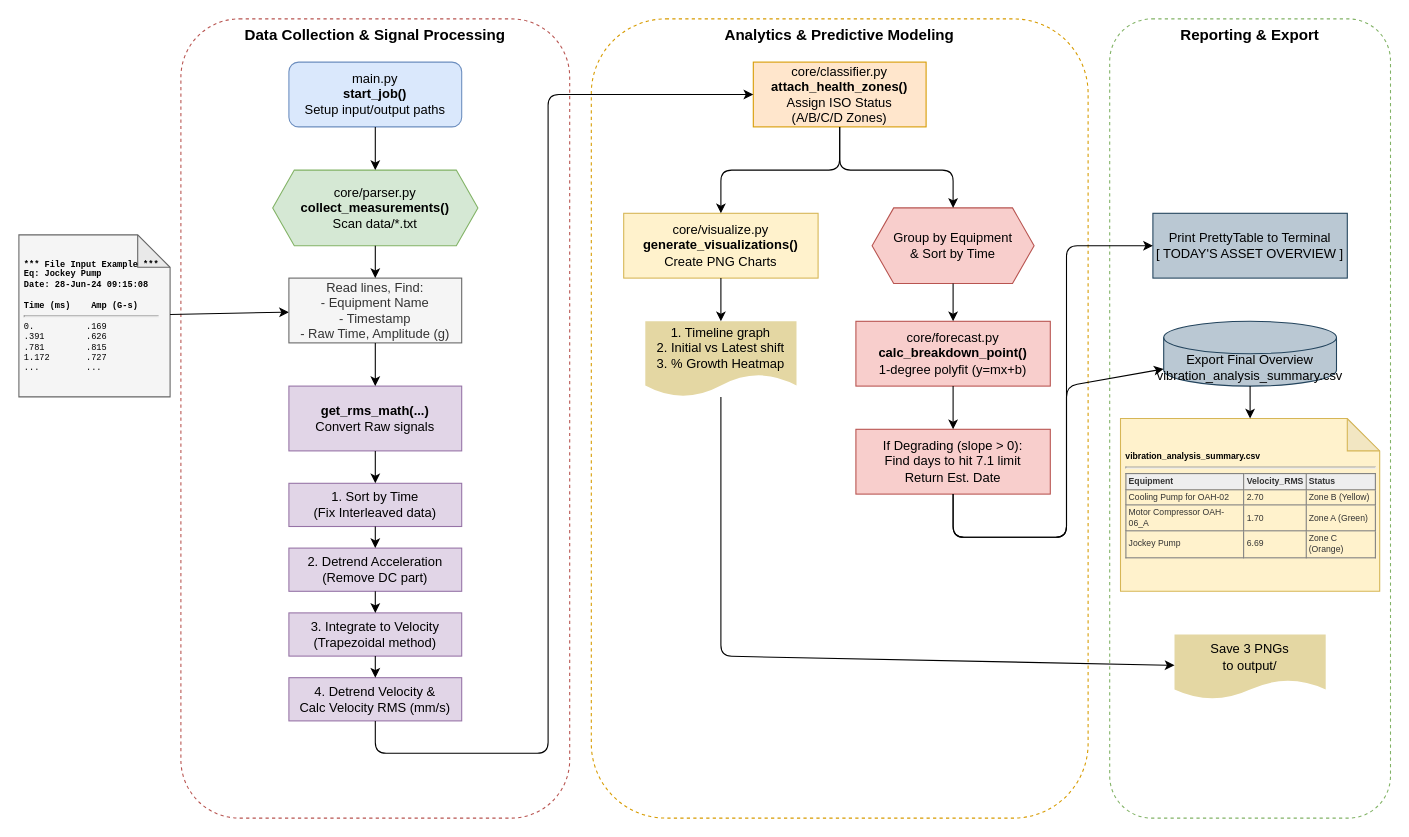
The draw.io diagram app_flow.drawio in Zinevabe/machine-health-monitor, before the edit. Source tidied: cells renumbered, new cells numbered last; positions are measured from the earlier drawing's top-left corner, leaving out a move shared by most shapes. Both pictures are drawn from the tidied source at 108%, with x=0, y=0 at pixel (18, 18).
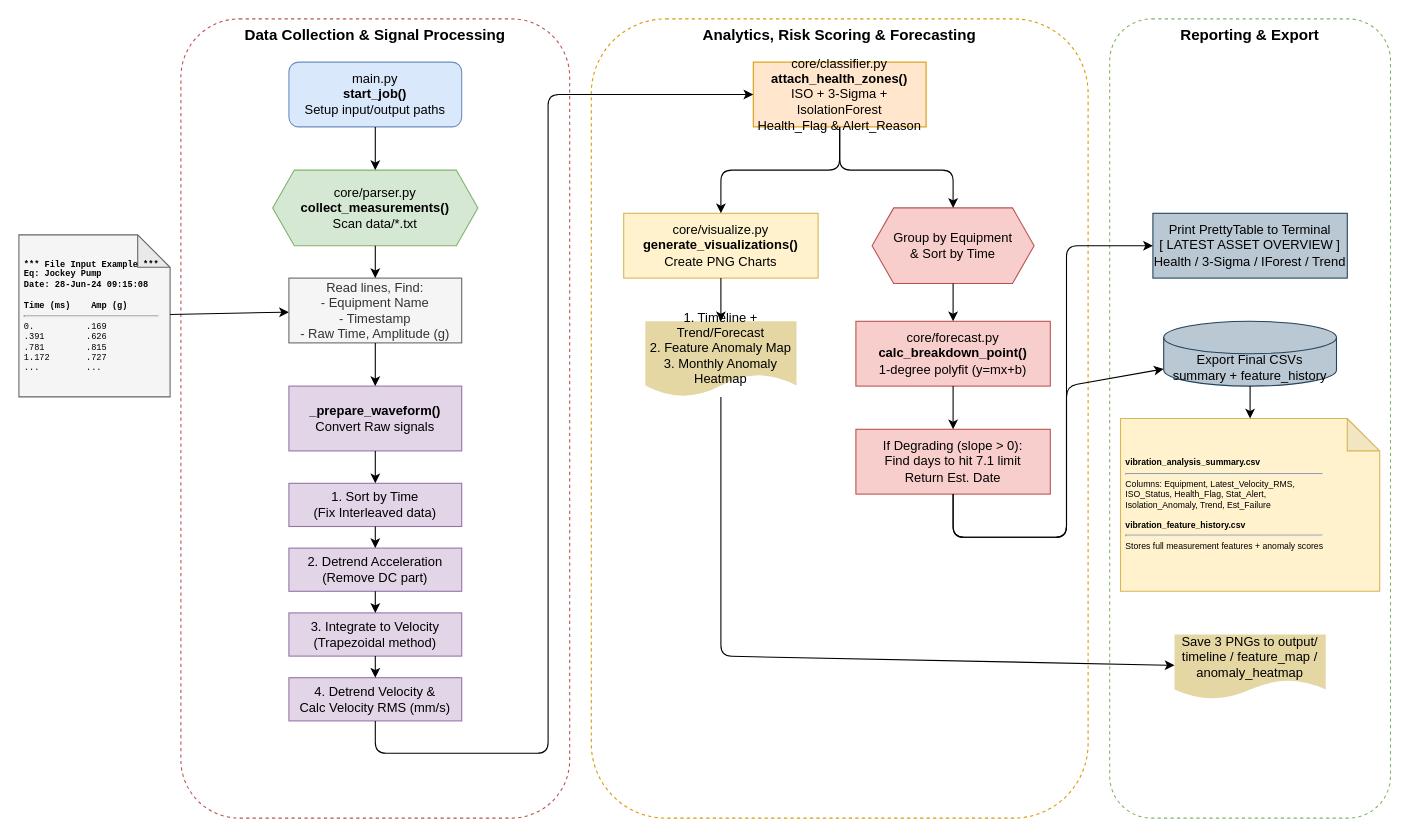
Above is the later version.

What changed in the source:
```diff
@@
-    <mxCell id="3" value="Analytics &amp; Predictive Modeling" style="rounded=1;whiteSpace=wrap;html=1;fillColor=none;strokeColor=#d79b00;verticalAlign=top;dashed=1;fontStyle=1;fontSize=14;" parent="1" vertex="1">
+    <mxCell id="3" value="Analytics, Risk Scoring &amp; Forecasting" style="rounded=1;whiteSpace=wrap;html=1;fillColor=none;strokeColor=#d79b00;verticalAlign=top;dashed=1;fontStyle=1;fontSize=14;" parent="1" vertex="1">
       <mxGeometry x="530" width="460" height="740" as="geometry" />
     </mxCell>
@@
-    <mxCell id="6" value="&lt;b&gt;*** File Input Example ***&lt;br&gt;Eq:&amp;nbsp;Jockey Pump&lt;br&gt;Date:&amp;nbsp;28-Jun-24 09:15:08&lt;br&gt;&lt;br&gt;Time (ms)&amp;nbsp;&amp;nbsp;&amp;nbsp;&amp;nbsp;Amp (G-s)&lt;/b&gt;&lt;hr&gt;0.&amp;nbsp;&amp;nbsp;&amp;nbsp;&amp;nbsp;&amp;nbsp;&amp;nbsp;&amp;nbsp;&amp;nbsp;&amp;nbsp;&amp;nbsp;.169&lt;br&gt;.391&amp;nbsp;&amp;nbsp;&amp;nbsp;&amp;nbsp;&amp;nbsp;&amp;nbsp;&amp;nbsp;&amp;nbsp;.626&lt;br&gt;.781&amp;nbsp;&amp;nbsp;&amp;nbsp;&amp;nbsp;&amp;nbsp;&amp;nbsp;&amp;nbsp;&amp;nbsp;.815&lt;br&gt;1.172&amp;nbsp;&amp;nbsp;&amp;nbsp;&amp;nbsp;&amp;nbsp;&amp;nbsp;&amp;nbsp;.727&lt;br&gt;...&amp;nbsp;&amp;nbsp;&amp;nbsp;&amp;nbsp;&amp;nbsp;&amp;nbsp;&amp;nbsp;&amp;nbsp;&amp;nbsp;..." style="shape=note;whiteSpace=wrap;html=1;backgroundOutline=1;darkOpacity=0.05;fillColor=#f5f5f5;strokeColor=#666666;align=left;spacing=5;fontSize=8;fontFamily=Courier New;" parent="1" vertex="1">
+    <mxCell id="6" value="&lt;b&gt;*** File Input Example ***&lt;br&gt;Eq:&amp;nbsp;Jockey Pump&lt;br&gt;Date:&amp;nbsp;28-Jun-24 09:15:08&lt;br&gt;&lt;br&gt;Time (ms)&amp;nbsp;&amp;nbsp;&amp;nbsp;&amp;nbsp;Amp (g)&lt;/b&gt;&lt;hr&gt;0.&amp;nbsp;&amp;nbsp;&amp;nbsp;&amp;nbsp;&amp;nbsp;&amp;nbsp;&amp;nbsp;&amp;nbsp;&amp;nbsp;&amp;nbsp;.169&lt;br&gt;.391&amp;nbsp;&amp;nbsp;&amp;nbsp;&amp;nbsp;&amp;nbsp;&amp;nbsp;&amp;nbsp;&amp;nbsp;.626&lt;br&gt;.781&amp;nbsp;&amp;nbsp;&amp;nbsp;&amp;nbsp;&amp;nbsp;&amp;nbsp;&amp;nbsp;&amp;nbsp;.815&lt;br&gt;1.172&amp;nbsp;&amp;nbsp;&amp;nbsp;&amp;nbsp;&amp;nbsp;&amp;nbsp;&amp;nbsp;.727&lt;br&gt;...&amp;nbsp;&amp;nbsp;&amp;nbsp;&amp;nbsp;&amp;nbsp;&amp;nbsp;&amp;nbsp;&amp;nbsp;&amp;nbsp;..." style="shape=note;whiteSpace=wrap;html=1;backgroundOutline=1;darkOpacity=0.05;fillColor=#f5f5f5;strokeColor=#666666;align=left;spacing=5;fontSize=8;fontFamily=Courier New;" parent="1" vertex="1">
       <mxGeometry y="200" width="140" height="150" as="geometry" />
     </mxCell>
@@
-    <mxCell id="10" value="&lt;b&gt;get_rms_math(...)&lt;/b&gt;&lt;br&gt;Convert Raw signals" style="rounded=0;whiteSpace=wrap;html=1;fillColor=#e1d5e7;strokeColor=#9673a6;" parent="1" vertex="1">
+    <mxCell id="10" value="&lt;b&gt;_prepare_waveform()&lt;/b&gt;&lt;br&gt;Convert Raw signals" style="rounded=0;whiteSpace=wrap;html=1;fillColor=#e1d5e7;strokeColor=#9673a6;" parent="1" vertex="1">
       <mxGeometry x="250" y="340" width="160" height="60" as="geometry" />
     </mxCell>
@@
-    <mxCell id="15" value="core/classifier.py&lt;br&gt;&lt;b&gt;attach_health_zones()&lt;/b&gt;&lt;br&gt;Assign ISO Status&lt;br&gt;(A/B/C/D Zones)" style="rounded=0;whiteSpace=wrap;html=1;fillColor=#ffe6cc;strokeColor=#d79b00;" parent="1" vertex="1">
+    <mxCell id="15" value="core/classifier.py&lt;br&gt;&lt;b&gt;attach_health_zones()&lt;/b&gt;&lt;br&gt;ISO + 3-Sigma + IsolationForest&lt;br&gt;Health_Flag &amp;amp; Alert_Reason" style="rounded=0;whiteSpace=wrap;html=1;fillColor=#ffe6cc;strokeColor=#d79b00;" parent="1" vertex="1">
       <mxGeometry x="680" y="40" width="160" height="60" as="geometry" />
     </mxCell>
@@
-    <mxCell id="17" value="1. Timeline graph&lt;br&gt;2. Initial vs Latest shift&lt;br&gt;3. % Growth Heatmap" style="shape=document;whiteSpace=wrap;html=1;boundedLbl=1;fillColor=#e4d7a3;strokeColor=#None;" parent="1" vertex="1">
+    <mxCell id="17" value="1. Timeline + Trend/Forecast&lt;br&gt;2. Feature Anomaly Map&lt;br&gt;3. Monthly Anomaly Heatmap" style="shape=document;whiteSpace=wrap;html=1;boundedLbl=1;fillColor=#e4d7a3;strokeColor=#None;" parent="1" vertex="1">
       <mxGeometry x="580" y="280" width="140" height="70" as="geometry" />
     </mxCell>
@@
-    <mxCell id="21" value="Print PrettyTable to Terminal&lt;br&gt;[ TODAY'S ASSET OVERVIEW ]" style="rounded=0;whiteSpace=wrap;html=1;fillColor=#bac8d3;strokeColor=#23445d;" parent="1" vertex="1">
+    <mxCell id="21" value="Print PrettyTable to Terminal&lt;br&gt;[ LATEST ASSET OVERVIEW ]&lt;br&gt;Health / 3-Sigma / IForest / Trend" style="rounded=0;whiteSpace=wrap;html=1;fillColor=#bac8d3;strokeColor=#23445d;" parent="1" vertex="1">
       <mxGeometry x="1050" y="180" width="180" height="60" as="geometry" />
     </mxCell>
-    <mxCell id="22" value="Export Final Overview&lt;br&gt;vibration_analysis_summary.csv" style="shape=cylinder3;whiteSpace=wrap;html=1;boundedLbl=1;backgroundOutline=1;size=15;fillColor=#bac8d3;strokeColor=#23445d;" parent="1" vertex="1">
+    <mxCell id="22" value="Export Final CSVs&lt;br&gt;summary + feature_history" style="shape=cylinder3;whiteSpace=wrap;html=1;boundedLbl=1;backgroundOutline=1;size=15;fillColor=#bac8d3;strokeColor=#23445d;" parent="1" vertex="1">
       <mxGeometry x="1060" y="280" width="160" height="60" as="geometry" />
     </mxCell>
-    <mxCell id="23" value="&lt;b&gt;vibration_analysis_summary.csv&lt;/b&gt;&lt;hr&gt;&lt;table cellpadding=&quot;2&quot; cellspacing=&quot;0&quot; border=&quot;1&quot; style=&quot;width:100%;border-collapse:collapse;color:#333;&quot;&gt;&lt;tr style=&quot;background-color:#eee;&quot;&gt;&lt;th&gt;Equipment&lt;/th&gt;&lt;th&gt;Velocity_RMS&lt;/th&gt;&lt;th&gt;Status&lt;/th&gt;&lt;/tr&gt;&lt;tr&gt;&lt;td&gt;Cooling Pump for OAH-02&lt;/td&gt;&lt;td&gt;2.70&lt;/td&gt;&lt;td&gt;Zone B (Yellow)&lt;/td&gt;&lt;/tr&gt;&lt;tr&gt;&lt;td&gt;Motor Compressor OAH-06_A&lt;/td&gt;&lt;td&gt;1.70&lt;/td&gt;&lt;td&gt;Zone A (Green)&lt;/td&gt;&lt;/tr&gt;&lt;tr&gt;&lt;td&gt;Jockey Pump&lt;/td&gt;&lt;td&gt;6.69&lt;/td&gt;&lt;td&gt;Zone C (Orange)&lt;/td&gt;&lt;/tr&gt;&lt;/table&gt;" style="shape=note;whiteSpace=wrap;html=1;backgroundOutline=1;darkOpacity=0.05;fillColor=#fff2cc;strokeColor=#d6b656;align=left;spacing=5;fontSize=8;" parent="1" vertex="1">
+    <mxCell id="23" value="&lt;b&gt;vibration_analysis_summary.csv&lt;/b&gt;&lt;hr&gt;Columns: Equipment, Latest_Velocity_RMS,&lt;br&gt;ISO_Status, Health_Flag, Stat_Alert,&lt;br&gt;Isolation_Anomaly, Trend, Est_Failure&lt;br&gt;&lt;br&gt;&lt;b&gt;vibration_feature_history.csv&lt;/b&gt;&lt;hr&gt;Stores full measurement features + anomaly scores" style="shape=note;whiteSpace=wrap;html=1;backgroundOutline=1;darkOpacity=0.05;fillColor=#fff2cc;strokeColor=#d6b656;align=left;spacing=5;fontSize=8;" parent="1" vertex="1">
       <mxGeometry x="1020" y="370" width="240" height="160" as="geometry" />
     </mxCell>
@@
-    <mxCell id="25" value="Save 3 PNGs&lt;br&gt;to output/" style="shape=document;whiteSpace=wrap;html=1;boundedLbl=1;fillColor=#e4d7a3;strokeColor=#None;" parent="1" vertex="1">
+    <mxCell id="25" value="Save 3 PNGs to output/&lt;br&gt;timeline / feature_map / anomaly_heatmap" style="shape=document;whiteSpace=wrap;html=1;boundedLbl=1;fillColor=#e4d7a3;strokeColor=#None;" parent="1" vertex="1">
       <mxGeometry x="1070" y="570" width="140" height="60" as="geometry" />
     </mxCell>
```
